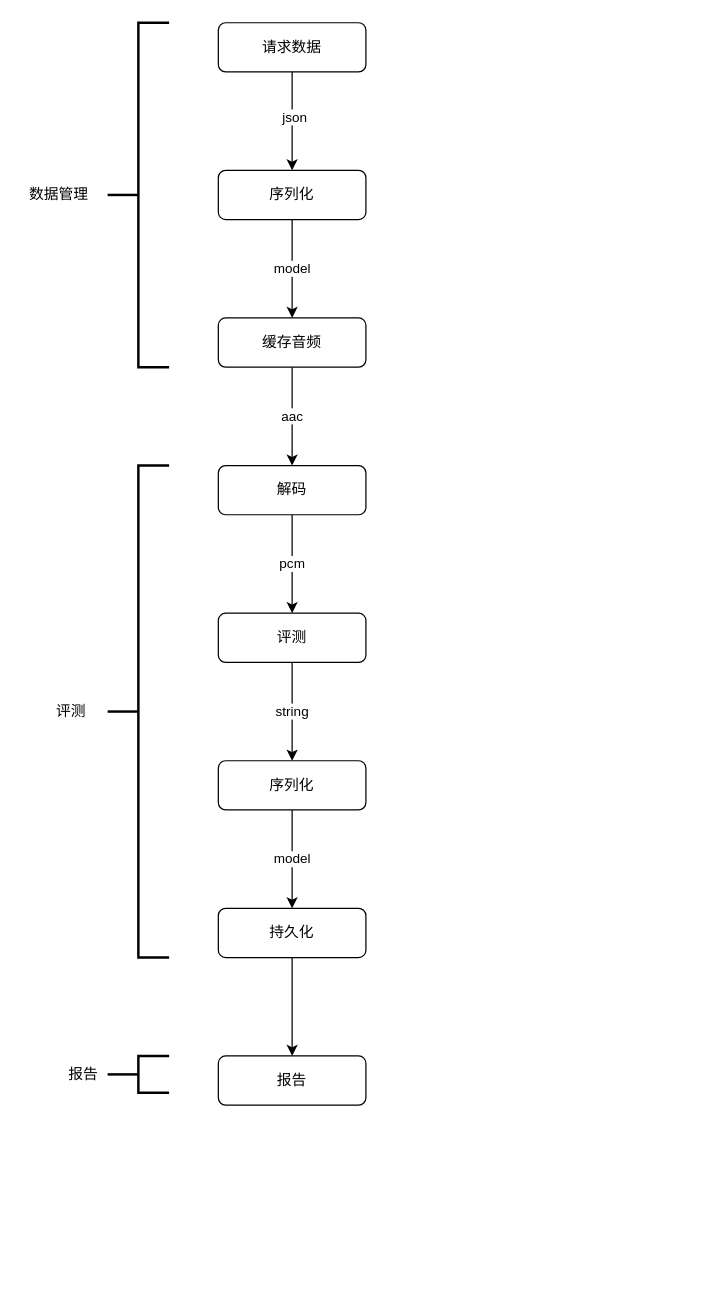
Earlier version of the draw.io diagram page "回归测试" (1 of 2) of Untitled Diagram.drawio (cszwdy/Algorithms). Source tidied: cells renumbered, new cells numbered last; positions are measured from the earlier drawing's top-left corner, leaving out a move shared by most shapes. Both pictures are drawn from the tidied source at 123%, with x=0, y=0 at pixel (21, 22).
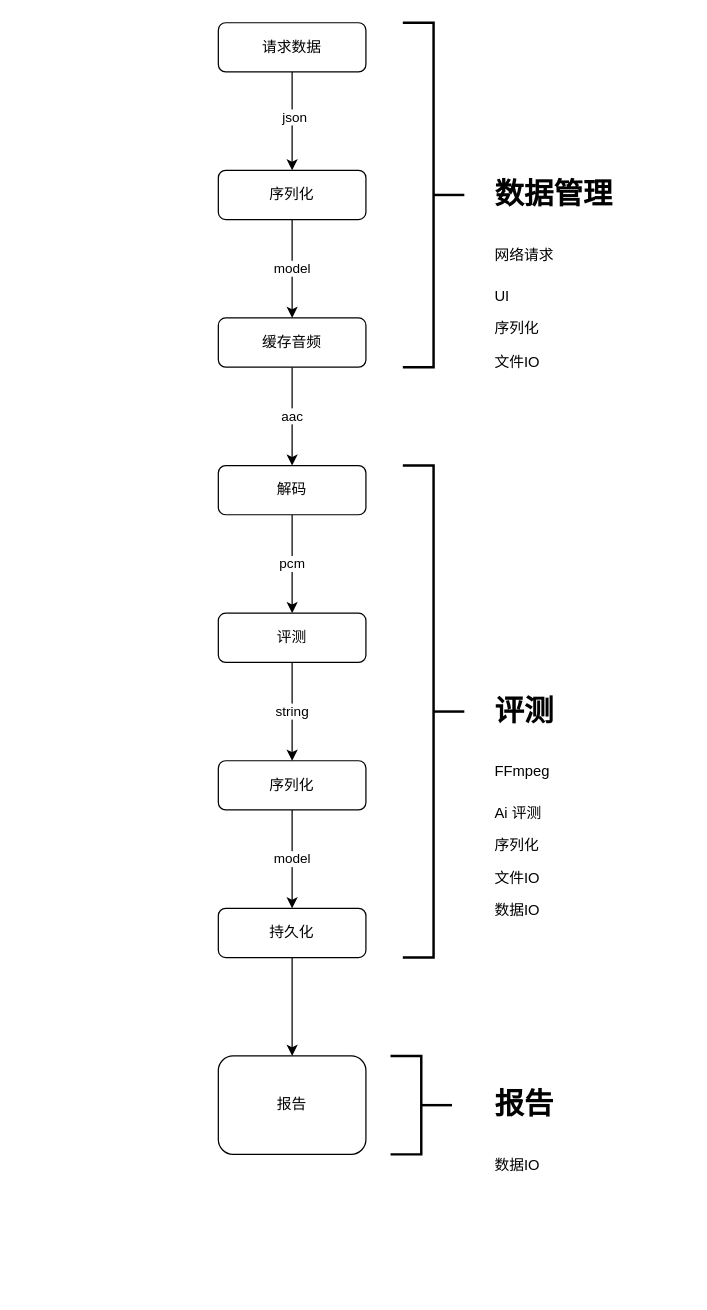
The same diagram, later.

The edit, as a diff of the source:
```diff
@@
     <mxCell id="17" value="报告" style="rounded=1;whiteSpace=wrap;html=1;fontSize=12;glass=0;strokeWidth=1;shadow=0;" parent="1" vertex="1">
-      <mxGeometry x="160" y="840" width="120" height="40" as="geometry" />
+      <mxGeometry x="160" y="840" width="120" height="80" as="geometry" />
     </mxCell>
-    <mxCell id="18" style="strokeWidth=2;html=1;shape=mxgraph.flowchart.annotation_2;align=left;labelPosition=right;" parent="1" vertex="1">
-      <mxGeometry x="70" width="50" height="280" as="geometry" />
+    <mxCell id="18" style="strokeWidth=2;html=1;shape=mxgraph.flowchart.annotation_2;align=left;labelPosition=right;verticalAlign=middle;rotation=-180;" parent="1" vertex="1">
+      <mxGeometry x="310" width="50" height="280" as="geometry" />
     </mxCell>
-    <mxCell id="19" value="数据管理" style="text;html=1;align=center;verticalAlign=middle;" parent="1" vertex="1">
-      <mxGeometry y="130" width="60" height="20" as="geometry" />
-    </mxCell>
-    <mxCell id="20" style="strokeWidth=2;html=1;shape=mxgraph.flowchart.annotation_2;align=left;labelPosition=right;" parent="1" vertex="1">
-      <mxGeometry x="70" y="360" width="50" height="400" as="geometry" />
+    <mxCell id="20" style="strokeWidth=2;html=1;shape=mxgraph.flowchart.annotation_2;align=left;labelPosition=right;direction=west;" parent="1" vertex="1">
+      <mxGeometry x="310" y="360" width="50" height="400" as="geometry" />
     </mxCell>
-    <mxCell id="21" value="评测" style="text;html=1;align=center;verticalAlign=middle;" parent="1" vertex="1">
-      <mxGeometry x="20" y="550" width="40" height="20" as="geometry" />
-    </mxCell>
-    <mxCell id="22" style="strokeWidth=2;html=1;shape=mxgraph.flowchart.annotation_2;align=left;labelPosition=right;" parent="1" vertex="1">
-      <mxGeometry x="70" y="840" width="50" height="30" as="geometry" />
+    <mxCell id="22" style="strokeWidth=2;html=1;shape=mxgraph.flowchart.annotation_2;align=left;labelPosition=right;direction=west;" parent="1" vertex="1">
+      <mxGeometry x="300" y="840" width="50" height="80" as="geometry" />
     </mxCell>
-    <mxCell id="23" value="报告" style="text;html=1;align=center;verticalAlign=middle;" parent="1" vertex="1">
-      <mxGeometry x="30" y="845" width="40" height="20" as="geometry" />
-    </mxCell>
+    <mxCell id="24" value="&lt;h1&gt;数据管理&lt;/h1&gt;&lt;h1&gt;&lt;span style=&quot;font-size: 12px ; font-weight: normal&quot;&gt;网络请求&lt;/span&gt;&lt;br&gt;&lt;/h1&gt;&lt;p&gt;UI&lt;/p&gt;&lt;p&gt;序列化&lt;br&gt;&lt;/p&gt;&lt;p&gt;文件IO&lt;/p&gt;&lt;p&gt;&lt;br&gt;&lt;/p&gt;" style="text;html=1;strokeColor=none;fillColor=none;spacing=5;spacingTop=-20;whiteSpace=wrap;overflow=hidden;rounded=0;align=left;" parent="1" vertex="1">
+      <mxGeometry x="380" y="120" width="160" height="170" as="geometry" />
+    </mxCell>
+    <mxCell id="25" value="&lt;h1&gt;评测&lt;/h1&gt;&lt;h1&gt;&lt;span style=&quot;font-size: 12px ; font-weight: normal&quot;&gt;FFmpeg&lt;/span&gt;&lt;br&gt;&lt;/h1&gt;&lt;p&gt;Ai 评测&lt;br&gt;&lt;/p&gt;&lt;p&gt;序列化&lt;/p&gt;&lt;p&gt;文件IO&lt;/p&gt;&lt;p&gt;数据IO&lt;/p&gt;&lt;p&gt;&lt;br&gt;&lt;/p&gt;&lt;p&gt;&lt;br&gt;&lt;/p&gt;" style="text;html=1;strokeColor=none;fillColor=none;spacing=5;spacingTop=-20;whiteSpace=wrap;overflow=hidden;rounded=0;align=left;" parent="1" vertex="1">
+      <mxGeometry x="380" y="540" width="160" height="210" as="geometry" />
+    </mxCell>
+    <mxCell id="26" value="&lt;h1&gt;报告&lt;/h1&gt;&lt;h1&gt;&lt;span style=&quot;font-size: 12px ; font-weight: normal&quot;&gt;数据IO&lt;/span&gt;&lt;br&gt;&lt;/h1&gt;&lt;p&gt;&lt;br&gt;&lt;/p&gt;&lt;p&gt;&lt;br&gt;&lt;/p&gt;" style="text;html=1;strokeColor=none;fillColor=none;spacing=5;spacingTop=-20;whiteSpace=wrap;overflow=hidden;rounded=0;align=left;" parent="1" vertex="1">
+      <mxGeometry x="380" y="860" width="160" height="170" as="geometry" />
+    </mxCell>
```
